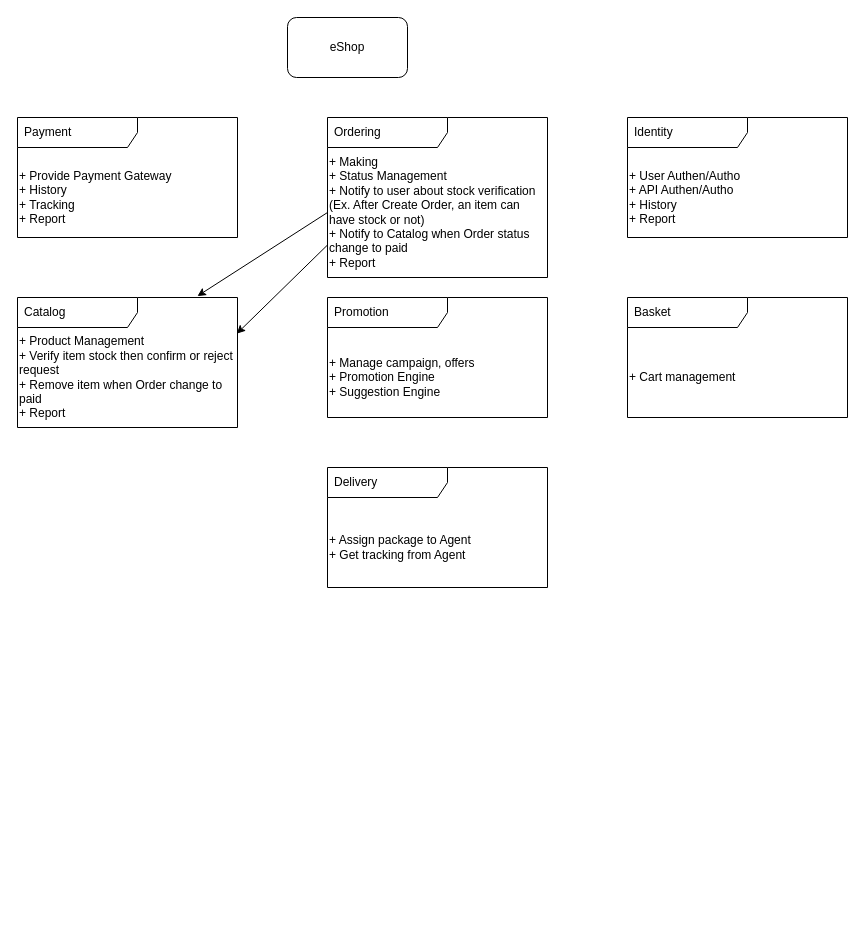
This is page "Bounded Context" (1 of 2) of documents/DomainDrivenDesign.drawio from QuyenOrion/OrionEShopOnContainers, a draw.io file, before an edit. Source tidied: cells renumbered, new cells numbered last; positions are measured from the earlier drawing's top-left corner, leaving out a move shared by most shapes. Both pictures are drawn from the tidied source at 100%, with x=0, y=0 at pixel (17, 17).
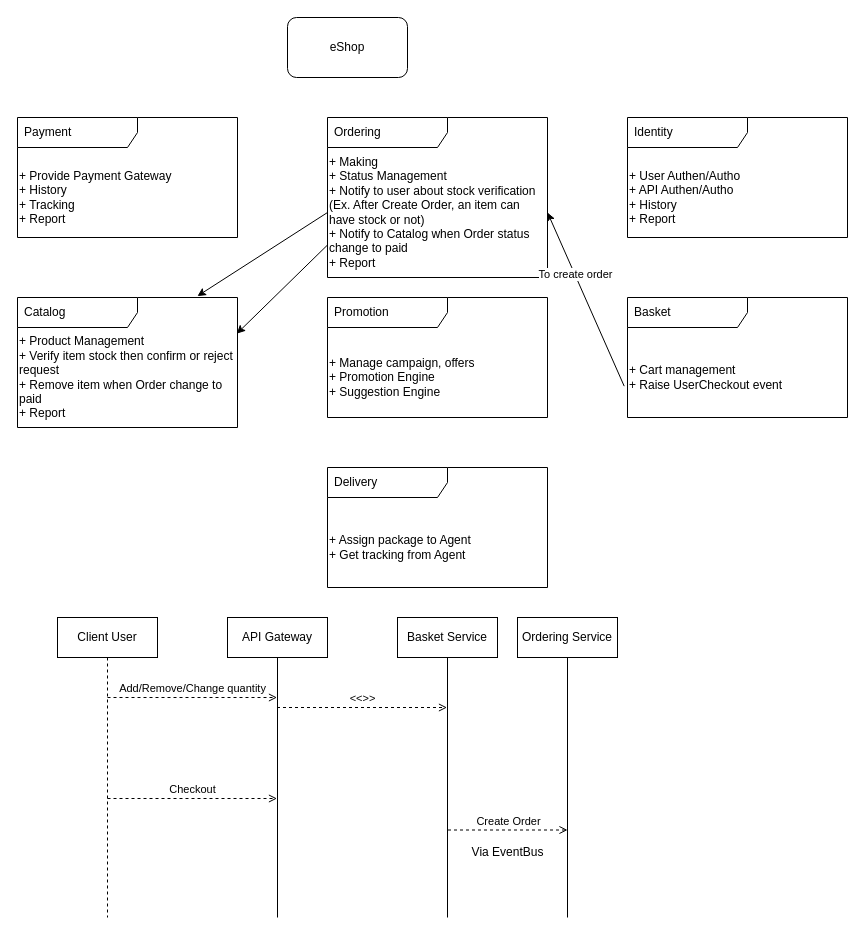
The same diagram, later.

The change refers to these unchanged cells:
```xml
<mxCell id="12" value="+ Making&lt;br&gt;+ Status Management&lt;br&gt;+ Notify to user about stock verification (Ex. After Create Order, an item can have stock or not)&lt;br&gt;+ Notify to Catalog when Order status change to paid&lt;br&gt;+ Report" style="text;html=1;strokeColor=none;fillColor=none;align=left;verticalAlign=middle;whiteSpace=wrap;rounded=0;" parent="1" vertex="1">
  <mxGeometry x="310" y="130" width="220" height="130" as="geometry" />
</mxCell>
```

Diff of the diagram source:
```diff
@@
+    <mxCell id="19" style="edgeStyle=none;html=1;entryX=1;entryY=0.5;entryDx=0;entryDy=0;exitX=-0.015;exitY=0.608;exitDx=0;exitDy=0;exitPerimeter=0;" parent="1" edge="1" source="18" target="12">
+      <mxGeometry relative="1" as="geometry" />
+    </mxCell>
+    <mxCell id="20" value="To create order" style="edgeLabel;html=1;align=center;verticalAlign=middle;" parent="19" vertex="1">
+      <mxGeometry x="0.3" relative="1" as="geometry" />
+    </mxCell>
-    <mxCell id="18" value="+ Cart management" style="text;html=1;strokeColor=none;fillColor=none;align=left;verticalAlign=middle;whiteSpace=wrap;rounded=0;" parent="1" vertex="1">
+    <mxCell id="18" value="+ Cart management&lt;br&gt;+ Raise UserCheckout event" style="text;html=1;strokeColor=none;fillColor=none;align=left;verticalAlign=middle;whiteSpace=wrap;rounded=0;" parent="1" vertex="1">
       <mxGeometry x="610" y="320" width="220" height="80" as="geometry" />
     </mxCell>
+    <mxCell id="21" value="Client User" style="shape=umlLifeline;perimeter=lifelinePerimeter;whiteSpace=wrap;html=1;" parent="1" vertex="1">
+      <mxGeometry x="40" y="600" width="100" height="300" as="geometry" />
+    </mxCell>
+    <mxCell id="22" value="Checkout" style="html=1;verticalAlign=bottom;labelBackgroundColor=none;endArrow=open;endFill=0;dashed=1;" parent="21" edge="1" target="29">
+      <mxGeometry relative="1" as="geometry">
+        <mxPoint x="50" y="181" as="sourcePoint" />
+      </mxGeometry>
+    </mxCell>
+    <mxCell id="23" value="Add/Remove/Change quantity" style="html=1;verticalAlign=bottom;labelBackgroundColor=none;endArrow=open;endFill=0;dashed=1;" parent="21" edge="1" target="29">
+      <mxGeometry relative="1" as="geometry">
+        <mxPoint x="50" y="80" as="sourcePoint" />
+      </mxGeometry>
+    </mxCell>
+    <mxCell id="24" value="Basket Service" style="shape=umlLifeline;perimeter=lifelinePerimeter;whiteSpace=wrap;html=1;lifelineDashed=0;" parent="1" vertex="1">
+      <mxGeometry x="380" y="600" width="100" height="300" as="geometry" />
+    </mxCell>
+    <mxCell id="25" value="&amp;lt;&amp;lt;&amp;gt;&amp;gt;" style="html=1;verticalAlign=bottom;labelBackgroundColor=none;endArrow=open;endFill=0;dashed=1;" parent="24" edge="1" source="29">
+      <mxGeometry relative="1" as="geometry">
+        <mxPoint x="49.5" y="90" as="targetPoint" />
+      </mxGeometry>
+    </mxCell>
+    <mxCell id="26" value="Ordering Service" style="shape=umlLifeline;perimeter=lifelinePerimeter;whiteSpace=wrap;html=1;lifelineDashed=0;" parent="1" vertex="1">
+      <mxGeometry x="500" y="600" width="100" height="300" as="geometry" />
+    </mxCell>
+    <mxCell id="27" value="Create Order" style="html=1;verticalAlign=bottom;labelBackgroundColor=none;endArrow=open;endFill=0;dashed=1;" parent="26" edge="1">
+      <mxGeometry relative="1" as="geometry">
+        <mxPoint x="-69.5" y="212.5" as="sourcePoint" />
+        <mxPoint x="50" y="212.5" as="targetPoint" />
+      </mxGeometry>
+    </mxCell>
+    <mxCell id="28" value="Via EventBus" style="text;html=1;align=center;verticalAlign=middle;strokeColor=none;fillColor=none;" parent="26" vertex="1">
+      <mxGeometry x="-60" y="220" width="100" height="30" as="geometry" />
+    </mxCell>
+    <mxCell id="29" value="API Gateway" style="shape=umlLifeline;perimeter=lifelinePerimeter;whiteSpace=wrap;html=1;outlineConnect=0;lifelineDashed=0;" parent="1" vertex="1">
+      <mxGeometry x="210" y="600" width="100" height="300" as="geometry" />
+    </mxCell>
```
